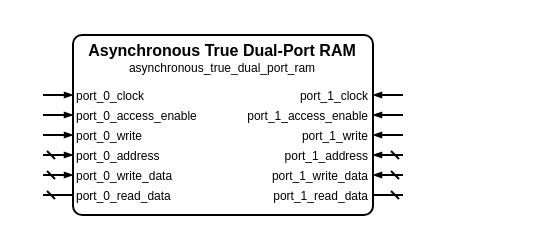
The draw.io diagram sources/memory/asynchronous_true_dual_port_ram/asynchronous_true_dual_port_ram.symbol.drawio in Louis-DR/OmniCores-BuildingBlocks, before the edit. Source tidied: cells renumbered, new cells numbered last; positions are measured from the earlier drawing's top-left corner, leaving out a move shared by most shapes. Both pictures are drawn from the tidied source at 200%, with x=0, y=0 at pixel (42, 34).
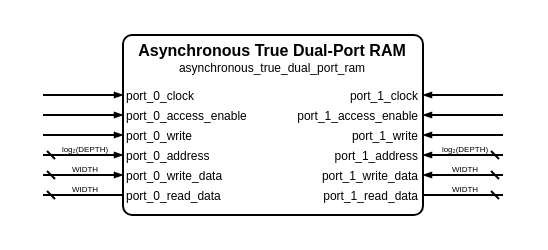
The same diagram, later.

What changed in the source:
```diff
@@
     <mxCell id="2" style="group;" parent="1" vertex="1">
-      <mxGeometry width="180" height="90" as="geometry" />
+      <mxGeometry width="230" height="90" as="geometry" />
     </mxCell>
     <mxCell id="3" style="rounded=1;arcSize=5;fillColor=none;strokeWidth=1;strokeColor=black;whiteSpace=wrap;html=1;" parent="2" vertex="1">
-      <mxGeometry x="15" width="150" height="90" as="geometry" />
+      <mxGeometry x="40" width="150" height="90" as="geometry" />
     </mxCell>
     <mxCell id="4" value="Asynchronous True Dual-Port RAM" style="text;html=1;align=center;verticalAlign=middle;whiteSpace=wrap;rounded=0;fontSize=8;fontStyle=1;fontColor=black;" parent="2" vertex="1">
-      <mxGeometry x="15" y="7" width="150" as="geometry" />
+      <mxGeometry x="40" y="7" width="150" as="geometry" />
     </mxCell>
     <mxCell id="5" value="asynchronous_true_dual_port_ram" style="text;html=1;align=center;verticalAlign=middle;whiteSpace=wrap;rounded=0;fontSize=6;fontStyle=0;fontColor=black;" parent="2" vertex="1">
-      <mxGeometry x="15" y="16" width="150" as="geometry" />
+      <mxGeometry x="40" y="16" width="150" as="geometry" />
     </mxCell>
     <mxCell id="6" value="port_0_clock" style="text;html=1;align=left;verticalAlign=middle;whiteSpace=wrap;rounded=0;fontSize=6;fontStyle=0;fontColor=black;" parent="2" vertex="1">
-      <mxGeometry x="15" y="30" width="150" as="geometry" />
+      <mxGeometry x="40" y="30" width="150" as="geometry" />
     </mxCell>
     <mxCell id="7" style="html=1;rounded=1;strokeWidth=1;strokeColor=black;startFill=0;startSize=2;startArrow=none;endFill=1;endSize=2;endArrow=blockThin;sourcePerimeterSpacing=0;" parent="2" edge="1">
       <mxGeometry relative="1" as="geometry">
         <mxPoint y="30" as="sourcePoint" />
-        <mxPoint x="15" y="30" as="targetPoint" />
+        <mxPoint x="40" y="30" as="targetPoint" />
       </mxGeometry>
     </mxCell>
     <mxCell id="8" value="port_1_clock" style="text;html=1;align=right;verticalAlign=middle;whiteSpace=wrap;rounded=0;fontSize=6;fontStyle=0;fontColor=black;" parent="2" vertex="1">
-      <mxGeometry x="15" y="30" width="150" as="geometry" />
+      <mxGeometry x="40" y="30" width="150" as="geometry" />
     </mxCell>
     <mxCell id="9" style="html=1;rounded=1;strokeWidth=1;strokeColor=black;startFill=0;startSize=2;startArrow=none;endFill=1;endSize=2;endArrow=blockThin;sourcePerimeterSpacing=0;" parent="2" edge="1">
       <mxGeometry relative="1" as="geometry">
-        <mxPoint x="180" y="30" as="sourcePoint" />
-        <mxPoint x="165" y="30" as="targetPoint" />
+        <mxPoint x="230" y="30" as="sourcePoint" />
+        <mxPoint x="190" y="30" as="targetPoint" />
       </mxGeometry>
     </mxCell>
     <mxCell id="10" value="port_0_access_enable" style="text;html=1;align=left;verticalAlign=middle;whiteSpace=wrap;rounded=0;fontSize=6;fontStyle=0;fontColor=black;" parent="2" vertex="1">
-      <mxGeometry x="15" y="40" width="150" as="geometry" />
+      <mxGeometry x="40" y="40" width="150" as="geometry" />
     </mxCell>
     <mxCell id="11" style="html=1;rounded=1;strokeWidth=1;strokeColor=black;startFill=0;startSize=2;startArrow=none;endFill=1;endSize=2;endArrow=blockThin;sourcePerimeterSpacing=0;" parent="2" edge="1">
       <mxGeometry relative="1" as="geometry">
         <mxPoint y="40" as="sourcePoint" />
-        <mxPoint x="15" y="40" as="targetPoint" />
+        <mxPoint x="40" y="40" as="targetPoint" />
       </mxGeometry>
     </mxCell>
     <mxCell id="12" value="port_1_access_enable" style="text;html=1;align=right;verticalAlign=middle;whiteSpace=wrap;rounded=0;fontSize=6;fontStyle=0;fontColor=black;" parent="2" vertex="1">
-      <mxGeometry x="15" y="40" width="150" as="geometry" />
+      <mxGeometry x="40" y="40" width="150" as="geometry" />
     </mxCell>
     <mxCell id="13" style="html=1;rounded=1;strokeWidth=1;strokeColor=black;startFill=0;startSize=2;startArrow=none;endFill=1;endSize=2;endArrow=blockThin;sourcePerimeterSpacing=0;" parent="2" edge="1">
       <mxGeometry relative="1" as="geometry">
-        <mxPoint x="180" y="40" as="sourcePoint" />
-        <mxPoint x="165" y="40" as="targetPoint" />
+        <mxPoint x="230" y="40" as="sourcePoint" />
+        <mxPoint x="190" y="40" as="targetPoint" />
       </mxGeometry>
     </mxCell>
     <mxCell id="14" value="port_0_write" style="text;html=1;align=left;verticalAlign=middle;whiteSpace=wrap;rounded=0;fontSize=6;fontStyle=0;fontColor=black;" parent="2" vertex="1">
-      <mxGeometry x="15" y="50" width="150" as="geometry" />
+      <mxGeometry x="40" y="50" width="150" as="geometry" />
     </mxCell>
     <mxCell id="15" style="html=1;rounded=1;strokeWidth=1;strokeColor=black;startFill=0;startSize=2;startArrow=none;endFill=1;endSize=2;endArrow=blockThin;sourcePerimeterSpacing=0;" parent="2" edge="1">
       <mxGeometry relative="1" as="geometry">
         <mxPoint y="50" as="sourcePoint" />
-        <mxPoint x="15" y="50" as="targetPoint" />
+        <mxPoint x="40" y="50" as="targetPoint" />
       </mxGeometry>
     </mxCell>
     <mxCell id="16" value="port_1_write" style="text;html=1;align=right;verticalAlign=middle;whiteSpace=wrap;rounded=0;fontSize=6;fontStyle=0;fontColor=black;" parent="2" vertex="1">
-      <mxGeometry x="15" y="50" width="150" as="geometry" />
+      <mxGeometry x="40" y="50" width="150" as="geometry" />
     </mxCell>
     <mxCell id="17" style="html=1;rounded=1;strokeWidth=1;strokeColor=black;startFill=0;startSize=2;startArrow=none;endFill=1;endSize=2;endArrow=blockThin;sourcePerimeterSpacing=0;" parent="2" edge="1">
       <mxGeometry relative="1" as="geometry">
-        <mxPoint x="180" y="50" as="sourcePoint" />
-        <mxPoint x="165" y="50" as="targetPoint" />
+        <mxPoint x="230" y="50" as="sourcePoint" />
+        <mxPoint x="190" y="50" as="targetPoint" />
       </mxGeometry>
     </mxCell>
     <mxCell id="18" value="port_0_address" style="text;html=1;align=left;verticalAlign=middle;whiteSpace=wrap;rounded=0;fontSize=6;fontStyle=0;fontColor=black;" parent="2" vertex="1">
-      <mxGeometry x="15" y="60" width="150" as="geometry" />
+      <mxGeometry x="40" y="60" width="150" as="geometry" />
     </mxCell>
     <mxCell id="19" style="html=1;rounded=1;strokeWidth=1;strokeColor=black;startFill=0;startSize=2;startArrow=dash;endFill=1;endSize=2;endArrow=blockThin;sourcePerimeterSpacing=0;" parent="2" edge="1">
       <mxGeometry relative="1" as="geometry">
         <mxPoint y="60" as="sourcePoint" />
-        <mxPoint x="15" y="60" as="targetPoint" />
+        <mxPoint x="40" y="60" as="targetPoint" />
       </mxGeometry>
     </mxCell>
+    <mxCell id="30" value="log₂(DEPTH)" style="text;html=1;align=center;verticalAlign=middle;whiteSpace=nowrap;rounded=0;fontSize=4;fontStyle=0;fontColor=black;" parent="2" vertex="1">
+      <mxGeometry x="20" y="57" as="geometry" />
+    </mxCell>
     <mxCell id="20" value="port_1_address" style="text;html=1;align=right;verticalAlign=middle;whiteSpace=wrap;rounded=0;fontSize=6;fontStyle=0;fontColor=black;" parent="2" vertex="1">
-      <mxGeometry x="15" y="60" width="150" as="geometry" />
+      <mxGeometry x="40" y="60" width="150" as="geometry" />
     </mxCell>
     <mxCell id="21" style="html=1;rounded=1;strokeWidth=1;strokeColor=black;startFill=0;startSize=2;startArrow=dash;endFill=1;endSize=2;endArrow=blockThin;sourcePerimeterSpacing=0;" parent="2" edge="1">
       <mxGeometry relative="1" as="geometry">
-        <mxPoint x="180" y="60" as="sourcePoint" />
-        <mxPoint x="165" y="60" as="targetPoint" />
+        <mxPoint x="230" y="60" as="sourcePoint" />
+        <mxPoint x="190" y="60" as="targetPoint" />
       </mxGeometry>
     </mxCell>
+    <mxCell id="31" value="log₂(DEPTH)" style="text;html=1;align=center;verticalAlign=middle;whiteSpace=nowrap;rounded=0;fontSize=4;fontStyle=0;fontColor=black;" parent="2" vertex="1">
+      <mxGeometry x="210" y="57" as="geometry" />
+    </mxCell>
     <mxCell id="22" value="port_0_write_data" style="text;html=1;align=left;verticalAlign=middle;whiteSpace=wrap;rounded=0;fontSize=6;fontStyle=0;fontColor=black;" parent="2" vertex="1">
-      <mxGeometry x="15" y="70" width="150" as="geometry" />
+      <mxGeometry x="40" y="70" width="150" as="geometry" />
     </mxCell>
     <mxCell id="23" style="html=1;rounded=1;strokeWidth=1;strokeColor=black;startFill=0;startSize=2;startArrow=dash;endFill=1;endSize=2;endArrow=blockThin;sourcePerimeterSpacing=0;" parent="2" edge="1">
       <mxGeometry relative="1" as="geometry">
         <mxPoint y="70" as="sourcePoint" />
-        <mxPoint x="15" y="70" as="targetPoint" />
+        <mxPoint x="40" y="70" as="targetPoint" />
       </mxGeometry>
     </mxCell>
+    <mxCell id="32" value="WIDTH" style="text;html=1;align=center;verticalAlign=middle;whiteSpace=nowrap;rounded=0;fontSize=4;fontStyle=0;fontColor=black;" parent="2" vertex="1">
+      <mxGeometry x="20" y="67" as="geometry" />
+    </mxCell>
     <mxCell id="24" value="port_1_write_data" style="text;html=1;align=right;verticalAlign=middle;whiteSpace=wrap;rounded=0;fontSize=6;fontStyle=0;fontColor=black;" parent="2" vertex="1">
-      <mxGeometry x="15" y="70" width="150" as="geometry" />
+      <mxGeometry x="40" y="70" width="150" as="geometry" />
     </mxCell>
     <mxCell id="25" style="html=1;rounded=1;strokeWidth=1;strokeColor=black;startFill=0;startSize=2;startArrow=dash;endFill=1;endSize=2;endArrow=blockThin;sourcePerimeterSpacing=0;" parent="2" edge="1">
       <mxGeometry relative="1" as="geometry">
-        <mxPoint x="180" y="70" as="sourcePoint" />
-        <mxPoint x="165" y="70" as="targetPoint" />
+        <mxPoint x="230" y="70" as="sourcePoint" />
+        <mxPoint x="190" y="70" as="targetPoint" />
       </mxGeometry>
     </mxCell>
+    <mxCell id="33" value="WIDTH" style="text;html=1;align=center;verticalAlign=middle;whiteSpace=nowrap;rounded=0;fontSize=4;fontStyle=0;fontColor=black;" parent="2" vertex="1">
+      <mxGeometry x="210" y="67" as="geometry" />
+    </mxCell>
     <mxCell id="26" value="port_0_read_data" style="text;html=1;align=left;verticalAlign=middle;whiteSpace=wrap;rounded=0;fontSize=6;fontStyle=0;fontColor=black;" parent="2" vertex="1">
-      <mxGeometry x="15" y="80" width="150" as="geometry" />
+      <mxGeometry x="40" y="80" width="150" as="geometry" />
     </mxCell>
     <mxCell id="27" style="html=1;rounded=1;strokeWidth=1;strokeColor=black;startFill=0;startSize=2;startArrow=dash;endFill=1;endSize=2;endArrow=none;sourcePerimeterSpacing=0;" parent="2" edge="1">
       <mxGeometry relative="1" as="geometry">
         <mxPoint y="80" as="sourcePoint" />
-        <mxPoint x="15" y="80" as="targetPoint" />
+        <mxPoint x="40" y="80" as="targetPoint" />
       </mxGeometry>
     </mxCell>
+    <mxCell id="34" value="WIDTH" style="text;html=1;align=center;verticalAlign=middle;whiteSpace=nowrap;rounded=0;fontSize=4;fontStyle=0;fontColor=black;" parent="2" vertex="1">
+      <mxGeometry x="20" y="77" as="geometry" />
+    </mxCell>
     <mxCell id="28" value="port_1_read_data" style="text;html=1;align=right;verticalAlign=middle;whiteSpace=wrap;rounded=0;fontSize=6;fontStyle=0;fontColor=black;" parent="2" vertex="1">
-      <mxGeometry x="15" y="80" width="150" as="geometry" />
+      <mxGeometry x="40" y="80" width="150" as="geometry" />
     </mxCell>
     <mxCell id="29" style="html=1;rounded=1;strokeWidth=1;strokeColor=black;startFill=0;startSize=2;startArrow=dash;endFill=1;endSize=2;endArrow=none;sourcePerimeterSpacing=0;" parent="2" edge="1">
       <mxGeometry relative="1" as="geometry">
-        <mxPoint x="180" y="80" as="sourcePoint" />
-        <mxPoint x="165" y="80" as="targetPoint" />
+        <mxPoint x="230" y="80" as="sourcePoint" />
+        <mxPoint x="190" y="80" as="targetPoint" />
       </mxGeometry>
     </mxCell>
+    <mxCell id="35" value="WIDTH" style="text;html=1;align=center;verticalAlign=middle;whiteSpace=nowrap;rounded=0;fontSize=4;fontStyle=0;fontColor=black;" parent="2" vertex="1">
+      <mxGeometry x="210" y="77" as="geometry" />
+    </mxCell>
```
